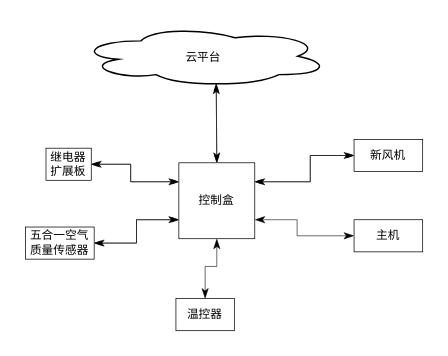
This is 空调五恒控制盒房间架构.drawio from JohnNash23/test, a draw.io file, before an edit. Source tidied: cells renumbered, new cells numbered last; positions are measured from the earlier drawing's top-left corner, leaving out a move shared by most shapes. Both pictures are drawn from the tidied source at 146%, with x=0, y=0 at pixel (25, 25).
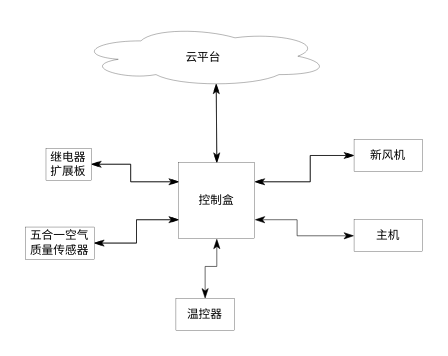
The same page after the edit.

Commit message (it also covers changes not shown here):
更新空调五恒控制盒房间架构.drawio

What changed in the source:
```diff
@@
-    <mxCell id="2" value="&lt;div style=&quot;font-size: 8px;&quot;&gt;控制盒&lt;/div&gt;" style="whiteSpace=wrap;html=1;strokeWidth=0.5;fontSize=8;" parent="1" vertex="1">
+    <mxCell id="2" value="&lt;div style=&quot;font-size: 8px;&quot;&gt;控制盒&lt;/div&gt;" style="whiteSpace=wrap;html=1;strokeWidth=0.2;fontSize=8;" parent="1" vertex="1">
       <mxGeometry x="105" y="94" width="52" height="52" as="geometry" />
     </mxCell>
-    <mxCell id="3" value="&lt;div&gt;温控器&lt;/div&gt;" style="rounded=0;whiteSpace=wrap;html=1;strokeWidth=0.5;fontSize=8;" parent="1" vertex="1">
+    <mxCell id="3" value="&lt;div&gt;温控器&lt;/div&gt;" style="rounded=0;whiteSpace=wrap;html=1;strokeWidth=0.2;fontSize=8;" parent="1" vertex="1">
       <mxGeometry x="103" y="187" width="40" height="22" as="geometry" />
     </mxCell>
-    <mxCell id="4" value="&lt;div style=&quot;font-size: 8px&quot;&gt;新风机&lt;/div&gt;" style="rounded=0;whiteSpace=wrap;html=1;strokeWidth=0.5;fontSize=8;" parent="1" vertex="1">
+    <mxCell id="4" value="&lt;div style=&quot;font-size: 8px&quot;&gt;新风机&lt;/div&gt;" style="rounded=0;whiteSpace=wrap;html=1;strokeWidth=0.2;fontSize=8;" parent="1" vertex="1">
       <mxGeometry x="225" y="78" width="47" height="22" as="geometry" />
     </mxCell>
-    <mxCell id="5" value="继电器扩展板" style="rounded=0;whiteSpace=wrap;html=1;strokeWidth=0.5;fontSize=8;" parent="1" vertex="1">
+    <mxCell id="5" value="继电器扩展板" style="rounded=0;whiteSpace=wrap;html=1;strokeWidth=0.2;fontSize=8;" parent="1" vertex="1">
       <mxGeometry x="14" y="84" width="31" height="22" as="geometry" />
     </mxCell>
-    <mxCell id="6" value="&lt;div style=&quot;font-size: 8px&quot;&gt;主机&lt;/div&gt;" style="rounded=0;whiteSpace=wrap;html=1;strokeWidth=0.5;fontSize=8;" parent="1" vertex="1">
+    <mxCell id="6" value="&lt;div style=&quot;font-size: 8px&quot;&gt;主机&lt;/div&gt;" style="rounded=0;whiteSpace=wrap;html=1;strokeWidth=0.2;fontSize=8;" parent="1" vertex="1">
       <mxGeometry x="225" y="133" width="47" height="22" as="geometry" />
     </mxCell>
-    <mxCell id="7" value="五合一空气质量传感器" style="rounded=0;whiteSpace=wrap;html=1;strokeWidth=0.5;fontSize=8;" parent="1" vertex="1">
+    <mxCell id="7" value="五合一空气质量传感器" style="rounded=0;whiteSpace=wrap;html=1;strokeWidth=0.2;fontSize=8;" parent="1" vertex="1">
       <mxGeometry y="138" width="47" height="22" as="geometry" />
     </mxCell>
-    <mxCell id="8" value="&lt;div&gt;&lt;font style=&quot;font-size: 8px&quot;&gt;云平台&lt;/font&gt;&lt;/div&gt;" style="ellipse;shape=cloud;whiteSpace=wrap;html=1;" parent="1" vertex="1">
+    <mxCell id="8" value="&lt;div&gt;&lt;font style=&quot;font-size: 8px&quot;&gt;云平台&lt;/font&gt;&lt;/div&gt;" style="ellipse;shape=cloud;whiteSpace=wrap;html=1;strokeWidth=0.2;" parent="1" vertex="1">
       <mxGeometry x="36" width="172" height="42" as="geometry" />
     </mxCell>
```
